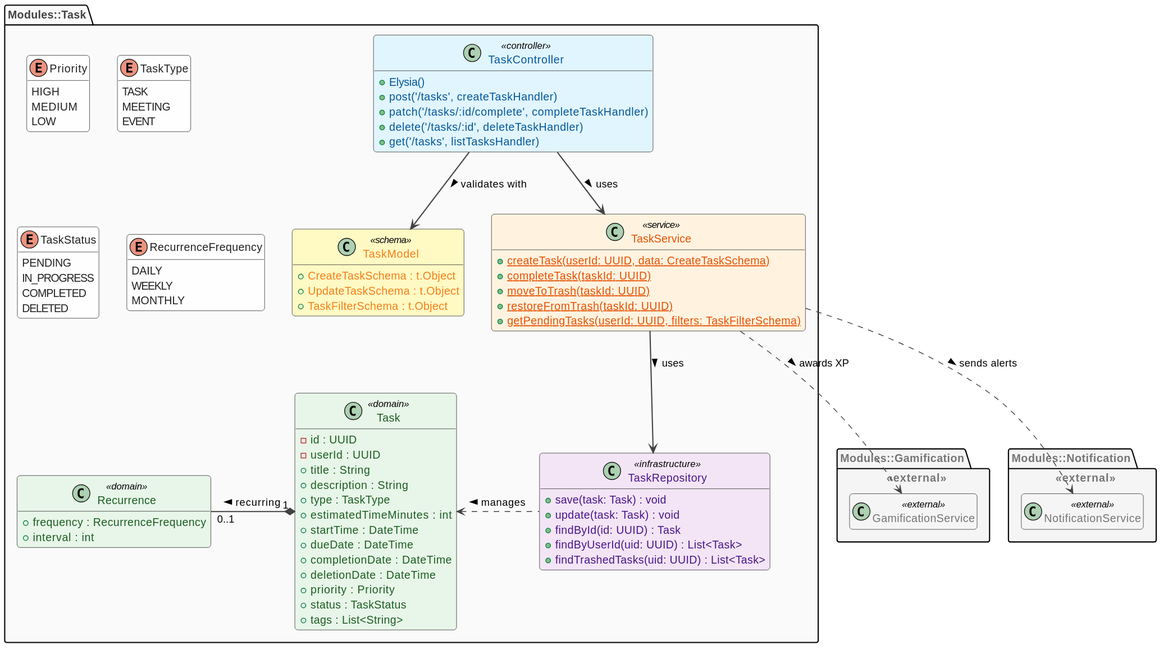
Above: docs/classes/assets/task_module.svg in BerlyCS/AlToke (PlantUML), before the change. Source of this version:
```plantuml
@startuml
!include style.puml
package "Modules::Task" {
  class TaskController <<controller>> {
    + Elysia()
    + post('/tasks', createTaskHandler)
    + patch('/tasks/:id/complete', completeTaskHandler)
    + delete('/tasks/:id', deleteTaskHandler)
    + get('/tasks', listTasksHandler)
  }

  class TaskModel <<schema>> {
    + CreateTaskSchema : t.Object
    + UpdateTaskSchema : t.Object
    + TaskFilterSchema : t.Object
  }

  class TaskService <<service>> {
    {static} + createTask(userId: UUID, data: CreateTaskSchema)
    {static} + completeTask(taskId: UUID)
    {static} + moveToTrash(taskId: UUID)
    {static} + restoreFromTrash(taskId: UUID)
    {static} + getPendingTasks(userId: UUID, filters: TaskFilterSchema)
  }

  class Task <<domain>> {
    - id : UUID
    - userId : UUID
    + title : String
    + description : String
    + type : TaskType
    + estimatedTimeMinutes : int
    + startTime : DateTime
    + dueDate : DateTime
    + completionDate : DateTime
    + deletionDate : DateTime
    + priority : Priority
    + status : TaskStatus
    + tags : List<String>
  }

  class Recurrence <<domain>> {
    + frequency : RecurrenceFrequency
    + interval : int
  }

  class TaskRepository <<infrastructure>> {
    + save(task: Task) : void
    + update(task: Task) : void
    + findById(id: UUID) : Task
    + findByUserId(uid: UUID) : List<Task>
    + findTrashedTasks(uid: UUID) : List<Task>
  }

  enum Priority {
    HIGH
    MEDIUM
    LOW
  }
  enum TaskType {
    TASK
    MEETING
    EVENT
  }
  enum TaskStatus {
    PENDING
    IN_PROGRESS
    COMPLETED
    DELETED
  }
  enum RecurrenceFrequency {
    DAILY
    WEEKLY
    MONTHLY
  }

  TaskController --> TaskService : uses >
  TaskController --> TaskModel : validates with >
  TaskService --> TaskRepository : uses >
  Task "1" *-l- "0..1" Recurrence : recurring >
  TaskRepository .l.> Task : manages >
}

package "Modules::Gamification" <<external>> {
  class GamificationService <<external>>
}
package "Modules::Notification" <<external>> {
  class NotificationService <<external>>
}

TaskService ..> GamificationService : awards XP >
TaskService ..> NotificationService : sends alerts >
@enduml
```
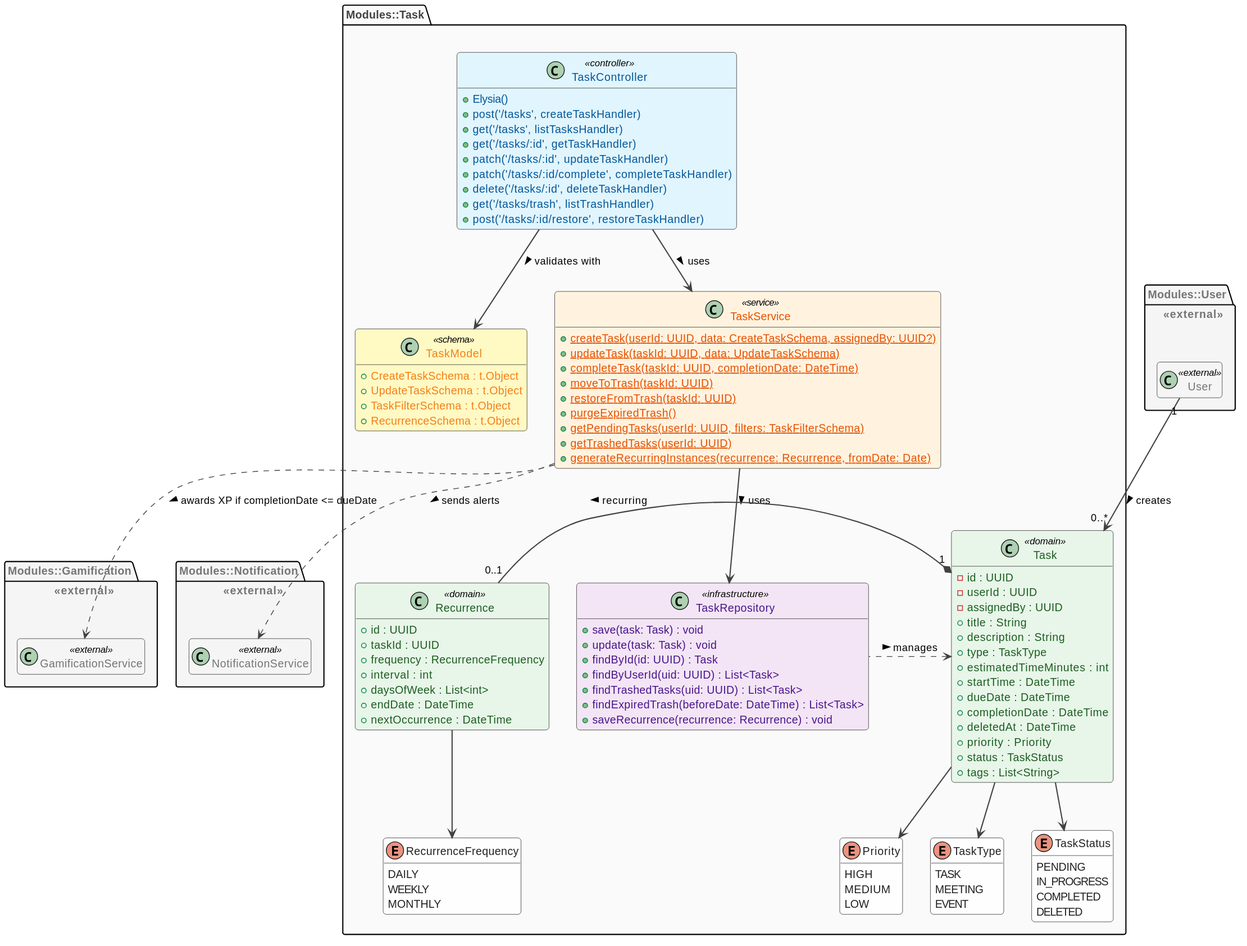
The same diagram one commit later.

Diff of the diagram source:
```diff
@@ -4,28 +4,38 @@
   class TaskController <<controller>> {
     + Elysia()
     + post('/tasks', createTaskHandler)
+    + get('/tasks', listTasksHandler)
+    + get('/tasks/:id', getTaskHandler)
+    + patch('/tasks/:id', updateTaskHandler)
     + patch('/tasks/:id/complete', completeTaskHandler)
     + delete('/tasks/:id', deleteTaskHandler)
-    + get('/tasks', listTasksHandler)
+    + get('/tasks/trash', listTrashHandler)
+    + post('/tasks/:id/restore', restoreTaskHandler)
   }
 
   class TaskModel <<schema>> {
     + CreateTaskSchema : t.Object
     + UpdateTaskSchema : t.Object
     + TaskFilterSchema : t.Object
+    + RecurrenceSchema : t.Object
   }
 
   class TaskService <<service>> {
-    {static} + createTask(userId: UUID, data: CreateTaskSchema)
-    {static} + completeTask(taskId: UUID)
+    {static} + createTask(userId: UUID, data: CreateTaskSchema, assignedBy: UUID?)
+    {static} + updateTask(taskId: UUID, data: UpdateTaskSchema)
+    {static} + completeTask(taskId: UUID, completionDate: DateTime)
     {static} + moveToTrash(taskId: UUID)
     {static} + restoreFromTrash(taskId: UUID)
+    {static} + purgeExpiredTrash()
     {static} + getPendingTasks(userId: UUID, filters: TaskFilterSchema)
+    {static} + getTrashedTasks(userId: UUID)
+    {static} + generateRecurringInstances(recurrence: Recurrence, fromDate: Date)
   }
 
   class Task <<domain>> {
     - id : UUID
     - userId : UUID
+    - assignedBy : UUID
     + title : String
     + description : String
     + type : TaskType
@@ -33,15 +43,20 @@
     + startTime : DateTime
     + dueDate : DateTime
     + completionDate : DateTime
-    + deletionDate : DateTime
+    + deletedAt : DateTime
     + priority : Priority
     + status : TaskStatus
     + tags : List<String>
   }
 
   class Recurrence <<domain>> {
+    + id : UUID
+    + taskId : UUID
     + frequency : RecurrenceFrequency
     + interval : int
+    + daysOfWeek : List<int>
+    + endDate : DateTime
+    + nextOccurrence : DateTime
   }
 
   class TaskRepository <<infrastructure>> {
@@ -50,6 +65,8 @@
     + findById(id: UUID) : Task
     + findByUserId(uid: UUID) : List<Task>
     + findTrashedTasks(uid: UUID) : List<Task>
+    + findExpiredTrash(beforeDate: DateTime) : List<Task>
+    + saveRecurrence(recurrence: Recurrence) : void
   }
 
   enum Priority {
@@ -79,6 +96,10 @@
   TaskService --> TaskRepository : uses >
   Task "1" *-l- "0..1" Recurrence : recurring >
   TaskRepository .l.> Task : manages >
+  Recurrence --> RecurrenceFrequency
+  Task --> Priority
+  Task --> TaskType
+  Task --> TaskStatus
 }
 
 package "Modules::Gamification" <<external>> {
@@ -88,6 +109,12 @@
   class NotificationService <<external>>
 }
 
-TaskService ..> GamificationService : awards XP >
+TaskService ..> GamificationService : awards XP if completionDate <= dueDate >
 TaskService ..> NotificationService : sends alerts >
+
+package "Modules::User" <<external>> {
+  class User <<external>>
+}
+
+User "1" --> "0..*" Task : creates >
 @enduml
```
